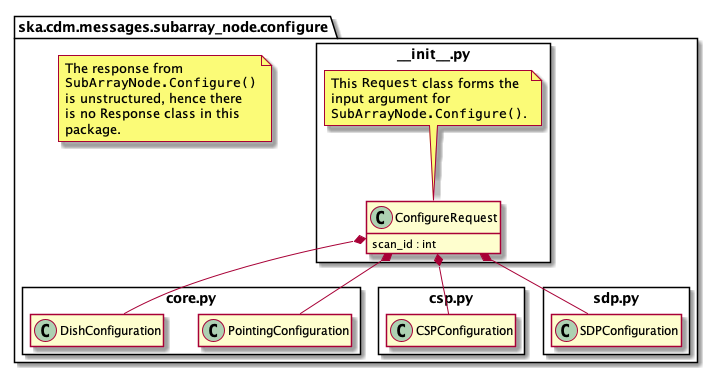
Before: docs/src/developer/subarraynode/init.png, a diagram exported from PlantUML (ska-telescope/cdm-shared-library). The source it was exported from:
```plantuml
@startuml
hide empty members

package ska.cdm.messages.subarray_node.configure {
	package core.py <<Rectangle>> {
		class PointingConfiguration
		class DishConfiguration
	}

	package csp.py <<Rectangle>> {
		class CSPConfiguration
	}

	package sdp.py <<Rectangle>> {
		class SDPConfiguration
	}

	package ~__init__.py <<Rectangle>> {
		class ConfigureRequest {
			scan_id : int
		}
		ConfigureRequest *-- PointingConfiguration
		ConfigureRequest *-- DishConfiguration
		ConfigureRequest *-- CSPConfiguration
		ConfigureRequest *-- SDPConfiguration

		note top of ConfigureRequest
			This ""Request"" class forms the
			input argument for
			""SubArrayNode.Configure()"".
		end note
	}

	note as N1
		The response from
		""SubArrayNode.Configure()""
		is unstructured, hence there
		is no Response class in this
		package.
	end note
}

@enduml
```
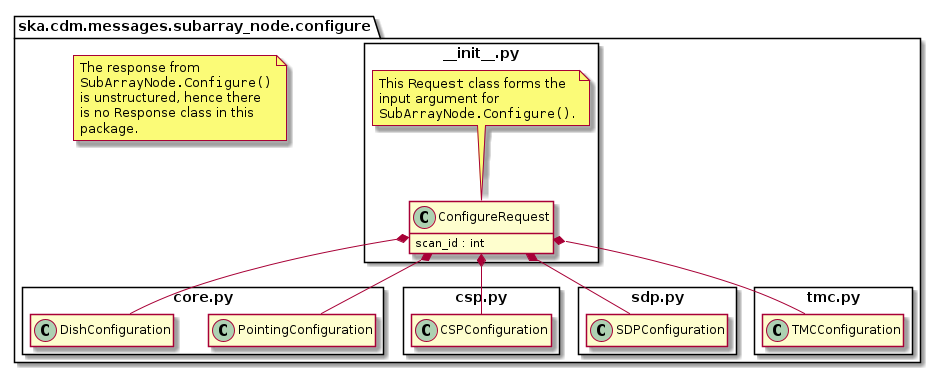
After the change.

Commit message:
Add TMCConfiguration High-level overview of the configure package diagram for ConfigureRequest

The edit, as a diff of the source:
```diff
@@ -15,6 +15,10 @@
 		class SDPConfiguration
 	}
 
+	package tmc.py <<Rectangle>> {
+		class TMCConfiguration
+	}
+
 	package ~__init__.py <<Rectangle>> {
 		class ConfigureRequest {
 			scan_id : int
@@ -23,6 +27,7 @@
 		ConfigureRequest *-- DishConfiguration
 		ConfigureRequest *-- CSPConfiguration
 		ConfigureRequest *-- SDPConfiguration
+        ConfigureRequest *-- TMCConfiguration
 
 		note top of ConfigureRequest
 			This ""Request"" class forms the
```
